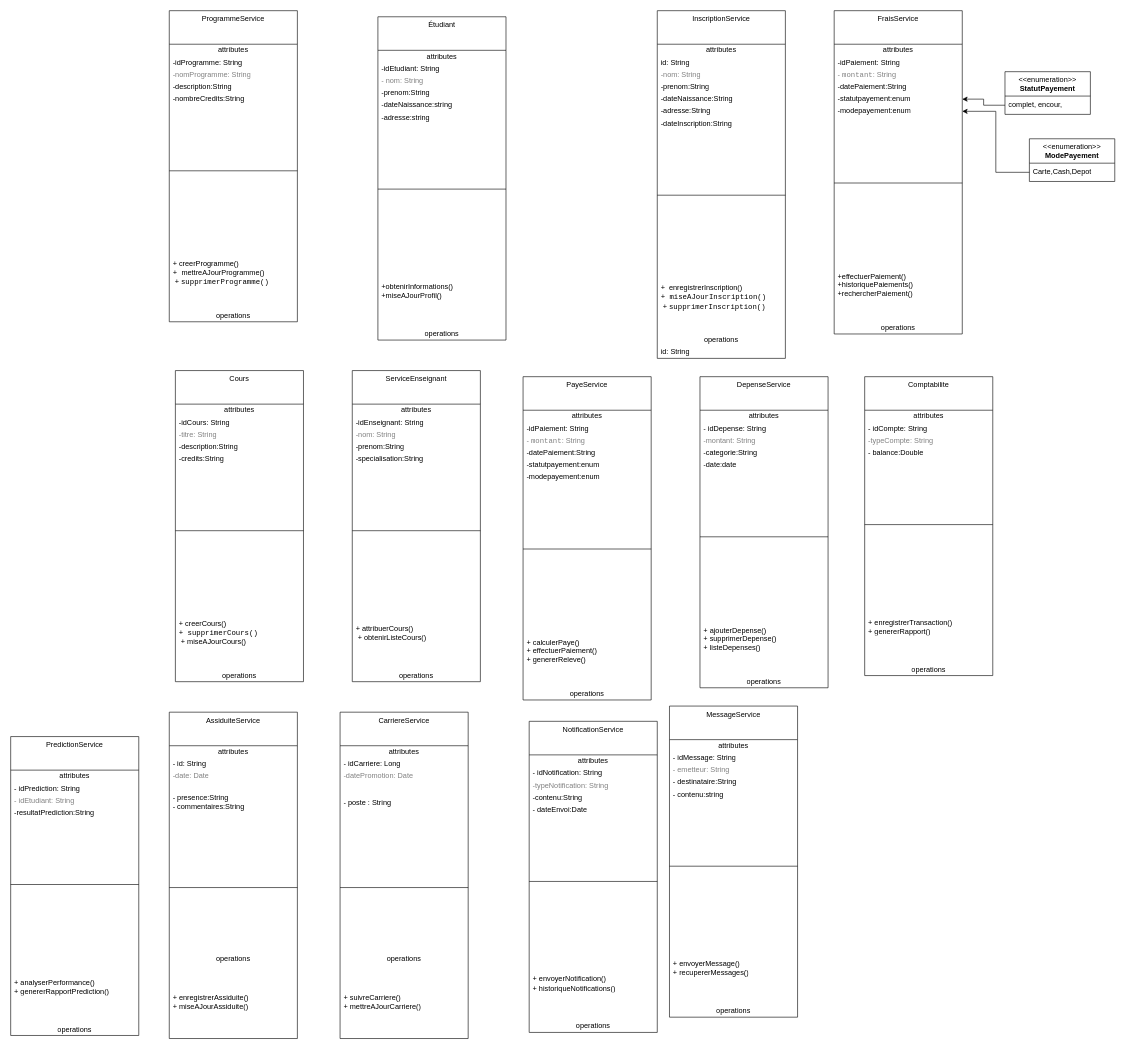
Before: page "class diagram" (2 of 3) of liveedu_uml.drawio in arseneRuben/spring_liveedu, a draw.io diagram. Source tidied: cells renumbered, new cells numbered last; positions are measured from the earlier drawing's top-left corner, leaving out a move shared by most shapes. Both pictures are drawn from the tidied source at 61%, with x=0, y=0 at pixel (10, -113).
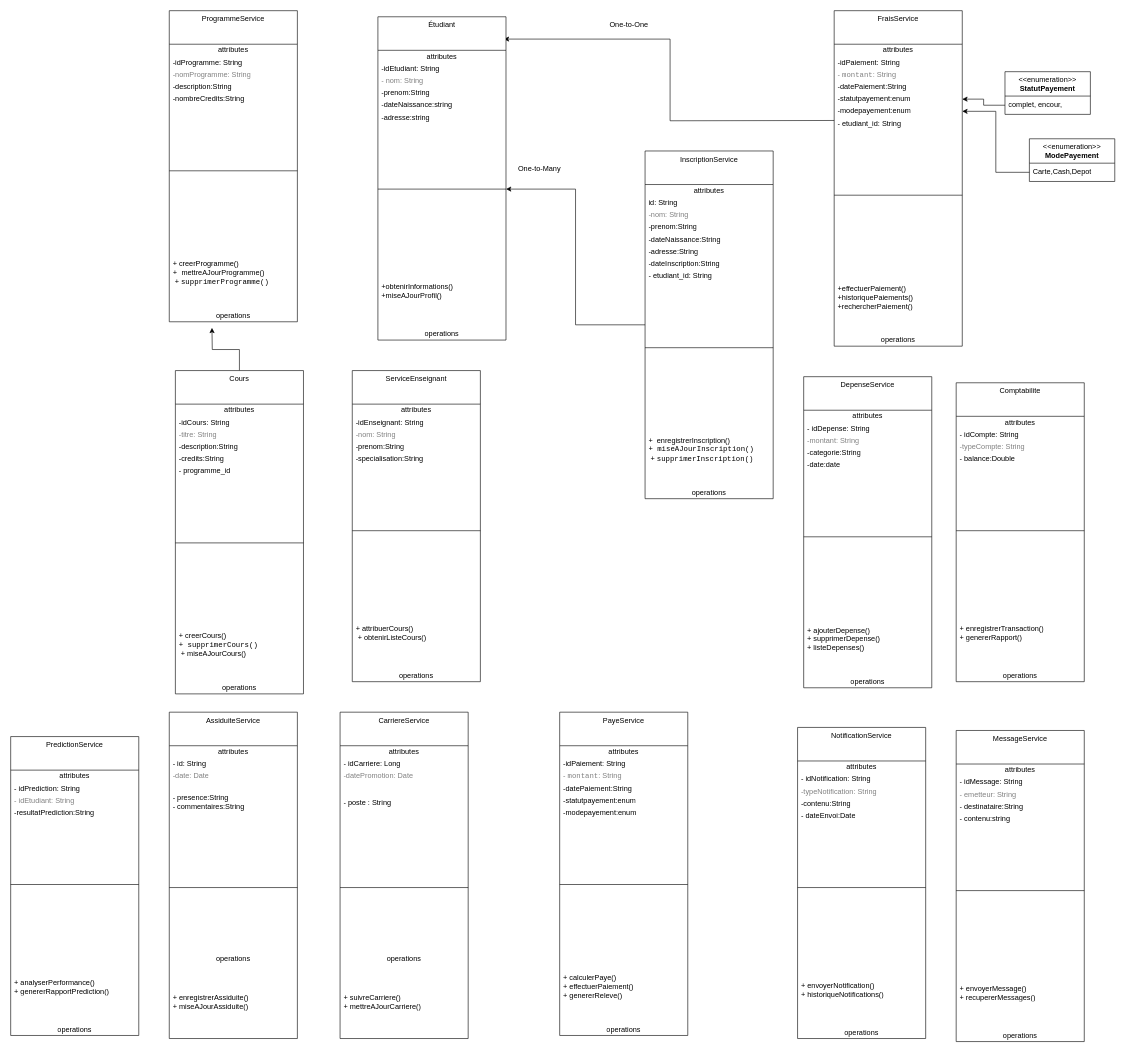
The same diagram, later.

Unchanged cells that the change refers to:
```xml
<mxCell id="31" value="Étudiant" style="swimlane;fontStyle=0;align=center;verticalAlign=top;horizontal=1;startSize=55;html=1;whiteSpace=wrap;" parent="1" vertex="1">
  <mxGeometry x="602" y="212" width="210" height="530" as="geometry" />
</mxCell>
<mxCell id="38" style="line;strokeWidth=1;fillColor=none;align=left;verticalAlign=middle;spacingTop=-1;spacingLeft=3;spacingRight=3;labelPosition=right;points=[];portConstraint=eastwest;" parent="31" vertex="1">
  <mxGeometry y="175" width="210" height="215" as="geometry" />
</mxCell>
```

Change to the diagram source:
```diff
@@
+    <mxCell id="137" style="edgeStyle=orthogonalEdgeStyle;rounded=0;jettySize=auto;html=1;" parent="1" edge="1" source="2" target="38">
+      <mxGeometry relative="1" as="geometry" />
+    </mxCell>
     <mxCell id="2" value="InscriptionService" style="swimlane;fontStyle=0;align=center;verticalAlign=top;horizontal=1;startSize=55;html=1;whiteSpace=wrap;" parent="1" vertex="1">
-      <mxGeometry x="1060" y="202" width="210" height="570" as="geometry" />
+      <mxGeometry x="1040" y="432" width="210" height="570" as="geometry" />
     </mxCell>
@@
+    <mxCell id="138" value="- etudiant_id: String" style="text;html=1;strokeColor=none;fillColor=none;align=left;verticalAlign=middle;spacingLeft=4;spacingRight=4;overflow=hidden;whiteSpace=wrap;" parent="2" vertex="1">
+      <mxGeometry y="195" width="210" height="20" as="geometry" />
+    </mxCell>
     <mxCell id="10" style="line;strokeWidth=1;fillColor=none;align=left;verticalAlign=middle;spacingTop=-1;spacingLeft=3;spacingRight=3;labelPosition=right;" parent="2" vertex="1">
-      <mxGeometry y="195" width="210" height="215" as="geometry" />
+      <mxGeometry y="215" width="210" height="215" as="geometry" />
     </mxCell>
     <mxCell id="11" value="+&amp;nbsp; enregistrerInscription()&lt;div&gt;&lt;code style=&quot;background-color: initial;&quot;&gt;+ miseAJourInscription()&lt;/code&gt;&lt;/div&gt;&lt;div&gt;&lt;span style=&quot;background-color: initial;&quot;&gt;&amp;nbsp;+&amp;nbsp;&lt;/span&gt;&lt;code style=&quot;background-color: initial;&quot;&gt;supprimerInscription()&lt;/code&gt;&lt;/div&gt;" style="text;html=1;strokeColor=none;fillColor=none;align=left;verticalAlign=middle;spacingLeft=4;spacingRight=4;overflow=hidden;whiteSpace=wrap;" parent="2" vertex="1">
-      <mxGeometry y="410" width="210" height="120" as="geometry" />
+      <mxGeometry y="430" width="210" height="120" as="geometry" />
     </mxCell>
     <mxCell id="12" value="operations" style="text;html=1;strokeColor=none;fillColor=none;align=center;verticalAlign=middle;spacingLeft=4;spacingRight=4;overflow=hidden;whiteSpace=wrap;" parent="2" vertex="1">
-      <mxGeometry y="530" width="210" height="20" as="geometry" />
+      <mxGeometry y="550" width="210" height="20" as="geometry" />
     </mxCell>
-    <mxCell id="13" value="id: String" style="text;html=1;strokeColor=none;fillColor=none;align=left;verticalAlign=middle;spacingLeft=4;spacingRight=4;overflow=hidden;whiteSpace=wrap;" parent="2" vertex="1">
-      <mxGeometry y="550" width="210" height="20" as="geometry" />
-    </mxCell>
@@
+    <mxCell id="139" style="edgeStyle=orthogonalEdgeStyle;rounded=0;jettySize=auto;html=1;entryX=0.983;entryY=0.069;entryDx=0;entryDy=0;entryPerimeter=0;" parent="1" edge="1" target="31">
+      <mxGeometry relative="1" as="geometry">
+        <mxPoint x="1350" y="382" as="sourcePoint" />
+      </mxGeometry>
+    </mxCell>
     <mxCell id="15" value="FraisService" style="swimlane;fontStyle=0;align=center;verticalAlign=top;horizontal=1;startSize=55;html=1;whiteSpace=wrap;" parent="1" vertex="1">
-      <mxGeometry x="1350" y="202" width="210" height="530" as="geometry" />
+      <mxGeometry x="1350" y="202" width="210" height="550" as="geometry" />
     </mxCell>
@@
+    <mxCell id="140" value="- etudiant_id: String" style="text;html=1;strokeColor=none;fillColor=none;align=left;verticalAlign=middle;spacingLeft=4;spacingRight=4;overflow=hidden;whiteSpace=wrap;" parent="15" vertex="1">
+      <mxGeometry y="175" width="210" height="20" as="geometry" />
+    </mxCell>
     <mxCell id="22" style="line;strokeWidth=1;fillColor=none;align=left;verticalAlign=middle;spacingTop=-1;spacingLeft=3;spacingRight=3;labelPosition=right;" parent="15" vertex="1">
-      <mxGeometry y="175" width="210" height="215" as="geometry" />
+      <mxGeometry y="195" width="210" height="215" as="geometry" />
     </mxCell>
     <mxCell id="23" value="+effectuerPaiement()&lt;div&gt;&lt;span style=&quot;background-color: initial;&quot;&gt;+historiquePaiements()&lt;/span&gt;&lt;div&gt;&lt;span style=&quot;background-color: initial;&quot;&gt;+&lt;/span&gt;&lt;span style=&quot;background-color: initial;&quot;&gt;rechercherPaiement()&lt;/span&gt;&lt;br&gt;&lt;/div&gt;&lt;/div&gt;" style="text;html=1;strokeColor=none;fillColor=none;align=left;verticalAlign=middle;spacingLeft=4;spacingRight=4;overflow=hidden;whiteSpace=wrap;" parent="15" vertex="1">
-      <mxGeometry y="390" width="210" height="120" as="geometry" />
+      <mxGeometry y="410" width="210" height="120" as="geometry" />
     </mxCell>
     <mxCell id="24" value="operations" style="text;html=1;strokeColor=none;fillColor=none;align=center;verticalAlign=middle;spacingLeft=4;spacingRight=4;overflow=hidden;whiteSpace=wrap;" parent="15" vertex="1">
-      <mxGeometry y="510" width="210" height="20" as="geometry" />
+      <mxGeometry y="530" width="210" height="20" as="geometry" />
     </mxCell>
@@
+    <mxCell id="141" style="edgeStyle=orthogonalEdgeStyle;rounded=0;jettySize=auto;html=1;" parent="1" edge="1" source="50">
+      <mxGeometry relative="1" as="geometry">
+        <mxPoint x="330" y="722" as="targetPoint" />
+      </mxGeometry>
+    </mxCell>
     <mxCell id="50" value="Cours" style="swimlane;fontStyle=0;align=center;verticalAlign=top;horizontal=1;startSize=55;html=1;whiteSpace=wrap;" parent="1" vertex="1">
-      <mxGeometry x="270" y="792" width="210" height="510" as="geometry" />
+      <mxGeometry x="270" y="792" width="210" height="530" as="geometry" />
     </mxCell>
@@
+    <mxCell id="142" value="- programme_id" style="text;html=1;strokeColor=none;fillColor=none;align=left;verticalAlign=middle;spacingLeft=4;spacingRight=4;overflow=hidden;whiteSpace=wrap;" parent="50" vertex="1">
+      <mxGeometry y="155" width="210" height="20" as="geometry" />
+    </mxCell>
     <mxCell id="56" style="line;strokeWidth=1;fillColor=none;align=left;verticalAlign=middle;spacingTop=-1;spacingLeft=3;spacingRight=3;labelPosition=right;" parent="50" vertex="1">
-      <mxGeometry y="155" width="210" height="215" as="geometry" />
+      <mxGeometry y="175" width="210" height="215" as="geometry" />
     </mxCell>
     <mxCell id="57" value="+&amp;nbsp;creerCours()&lt;div&gt;&lt;code style=&quot;background-color: initial;&quot;&gt;+&amp;nbsp;supprimerCours()&lt;/code&gt;&lt;/div&gt;&lt;div&gt;&lt;span style=&quot;background-color: initial;&quot;&gt;&amp;nbsp;+&amp;nbsp;&lt;/span&gt;&lt;span style=&quot;background-color: initial;&quot;&gt;miseAJourCours()&lt;/span&gt;&lt;/div&gt;" style="text;html=1;strokeColor=none;fillColor=none;align=left;verticalAlign=middle;spacingLeft=4;spacingRight=4;overflow=hidden;whiteSpace=wrap;" parent="50" vertex="1">
-      <mxGeometry y="370" width="210" height="120" as="geometry" />
+      <mxGeometry y="390" width="210" height="120" as="geometry" />
     </mxCell>
     <mxCell id="58" value="operations" style="text;html=1;strokeColor=none;fillColor=none;align=center;verticalAlign=middle;spacingLeft=4;spacingRight=4;overflow=hidden;whiteSpace=wrap;" parent="50" vertex="1">
-      <mxGeometry y="490" width="210" height="20" as="geometry" />
+      <mxGeometry y="510" width="210" height="20" as="geometry" />
     </mxCell>
@@
     <mxCell id="68" value="DepenseService" style="swimlane;fontStyle=0;align=center;verticalAlign=top;horizontal=1;startSize=55;html=1;whiteSpace=wrap;" parent="1" vertex="1">
-      <mxGeometry x="1130" y="802" width="210" height="510" as="geometry" />
+      <mxGeometry x="1300" y="802" width="210" height="510" as="geometry" />
     </mxCell>
@@
     <mxCell id="77" value="PayeService" style="swimlane;fontStyle=0;align=center;verticalAlign=top;horizontal=1;startSize=55;html=1;whiteSpace=wrap;" parent="1" vertex="1">
-      <mxGeometry x="840" y="802" width="210" height="530" as="geometry" />
+      <mxGeometry x="900" y="1352" width="210" height="530" as="geometry" />
     </mxCell>
@@
     <mxCell id="87" value="Comptabilite" style="swimlane;fontStyle=0;align=center;verticalAlign=top;horizontal=1;startSize=55;html=1;whiteSpace=wrap;" parent="1" vertex="1">
-      <mxGeometry x="1400" y="802" width="210" height="490" as="geometry" />
+      <mxGeometry x="1550" y="812" width="210" height="490" as="geometry" />
     </mxCell>
@@
     <mxCell id="111" value="NotificationService" style="swimlane;fontStyle=0;align=center;verticalAlign=top;horizontal=1;startSize=55;html=1;whiteSpace=wrap;" parent="1" vertex="1">
-      <mxGeometry x="850" y="1367" width="210" height="510" as="geometry" />
+      <mxGeometry x="1290" y="1377" width="210" height="510" as="geometry" />
     </mxCell>
@@
     <mxCell id="120" value="MessageService" style="swimlane;fontStyle=0;align=center;verticalAlign=top;horizontal=1;startSize=55;html=1;whiteSpace=wrap;" parent="1" vertex="1">
-      <mxGeometry x="1080" y="1342" width="210" height="510" as="geometry" />
+      <mxGeometry x="1550" y="1382" width="210" height="510" as="geometry" />
     </mxCell>
@@
+    <mxCell id="143" value="One-to-Many" style="text;whiteSpace=wrap;html=1;" parent="1" vertex="1">
+      <mxGeometry x="830" y="447" width="100" height="40" as="geometry" />
+    </mxCell>
+    <mxCell id="144" value="One-to-One" style="text;whiteSpace=wrap;html=1;" parent="1" vertex="1">
+      <mxGeometry x="980" y="212" width="100" height="40" as="geometry" />
+    </mxCell>
```
